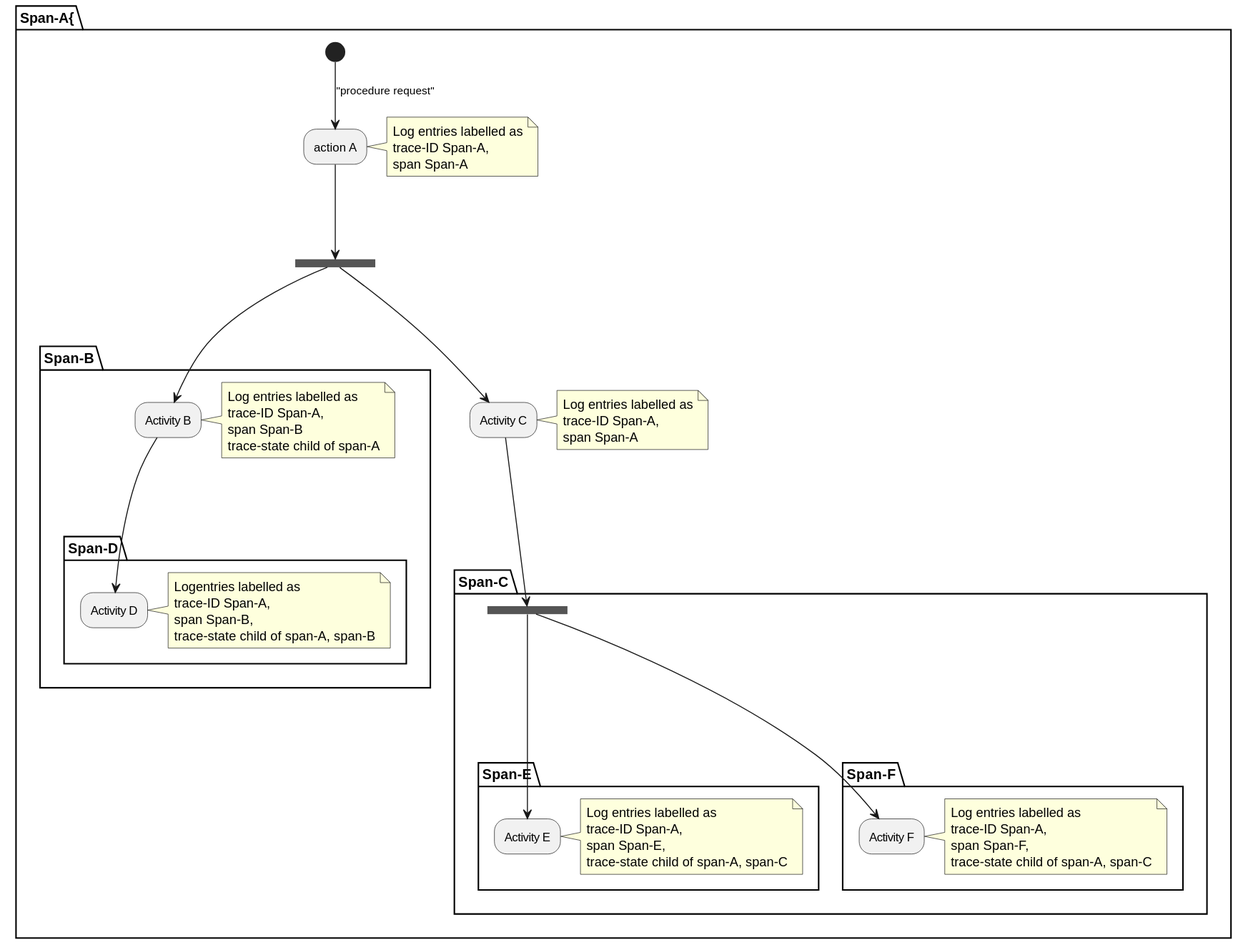
Before: trace-contexts/causality.svg, a diagram exported from PlantUML (rjhorniii/wg14-audit-etc). Source of this version:
```plantuml
@startuml
partition Span-A{
(*)  -->["procedure request"] "action A"
     note right
     Log entries labelled as
     trace-ID Span-A,
     span Span-A
     end note
  ---> === S1 ===
  partition Span-B {
    ---> "Activity B"
    note right
    Log entries labelled as
    trace-ID Span-A,
    span Span-B
    trace-state child of span-A
    end note
    partition Span-D {
      ---> "Activity D"
      note right
      Logentries labelled as
      trace-ID Span-A,
      span Span-B,
      trace-state child of span-A, span-B
      end note
      }
  }
  === S1 === ---> "Activity C"
  note right
     Log entries labelled as
     trace-ID Span-A,
     span Span-A
  end note
  partition Span-C
    ---> === S2 ===
    partition Span-E {
       === S2 === ---> "Activity E"
       note right
          Log entries labelled as
          trace-ID Span-A,
          span Span-E,
          trace-state child of span-A, span-C
       end note
    }
    partition Span-F {
       === S2 === ---> "Activity F"
       note right
          Log entries labelled as
          trace-ID Span-A,
          span Span-F,
          trace-state child of span-A, span-C
       end note
    }
}

@enduml
```
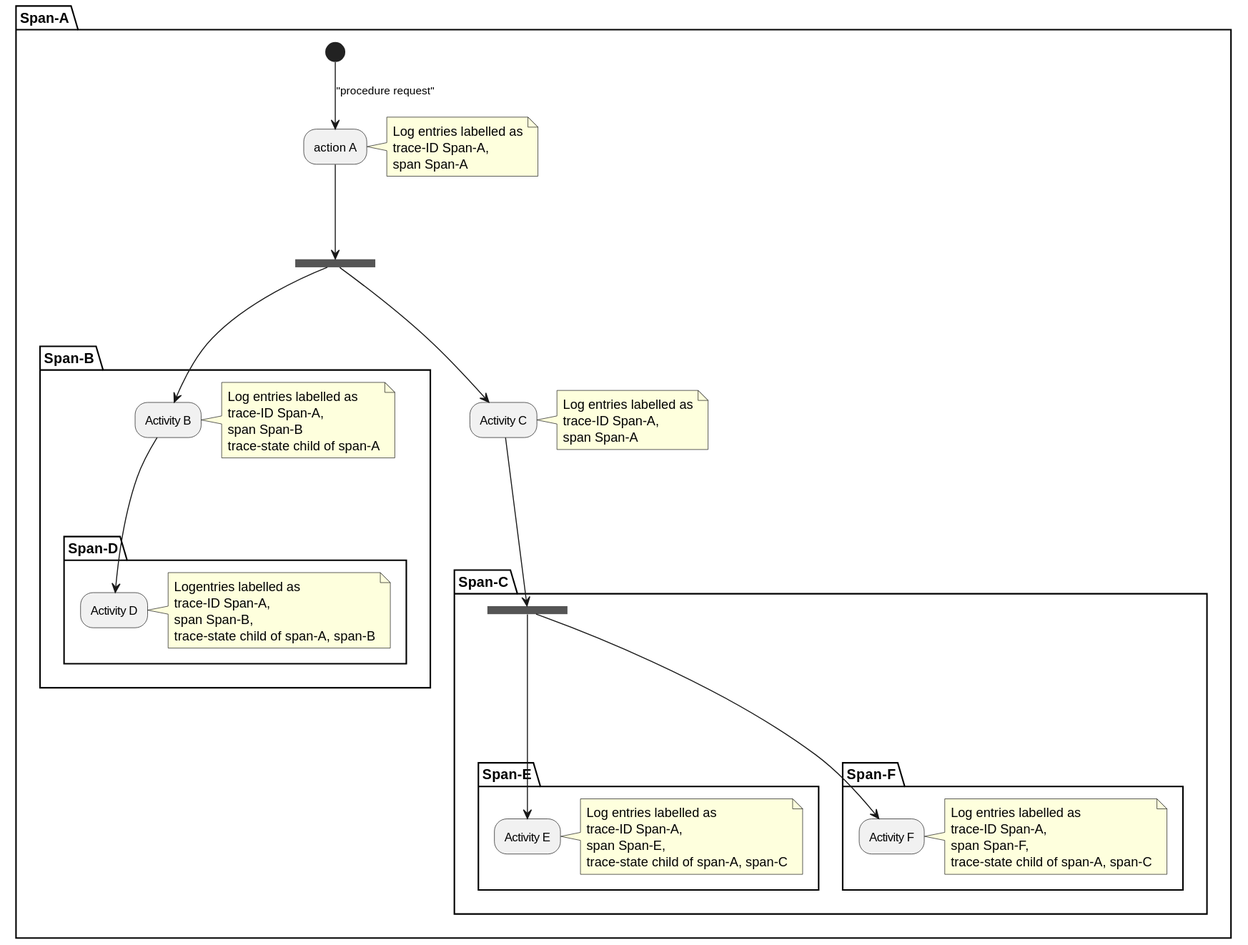
The same file after the commit.

Diff of the diagram source:
```diff
@@ -1,5 +1,5 @@
 @startuml
-partition Span-A{
+partition Span-A
 (*)  -->["procedure request"] "action A"
      note right
      Log entries labelled as
```
